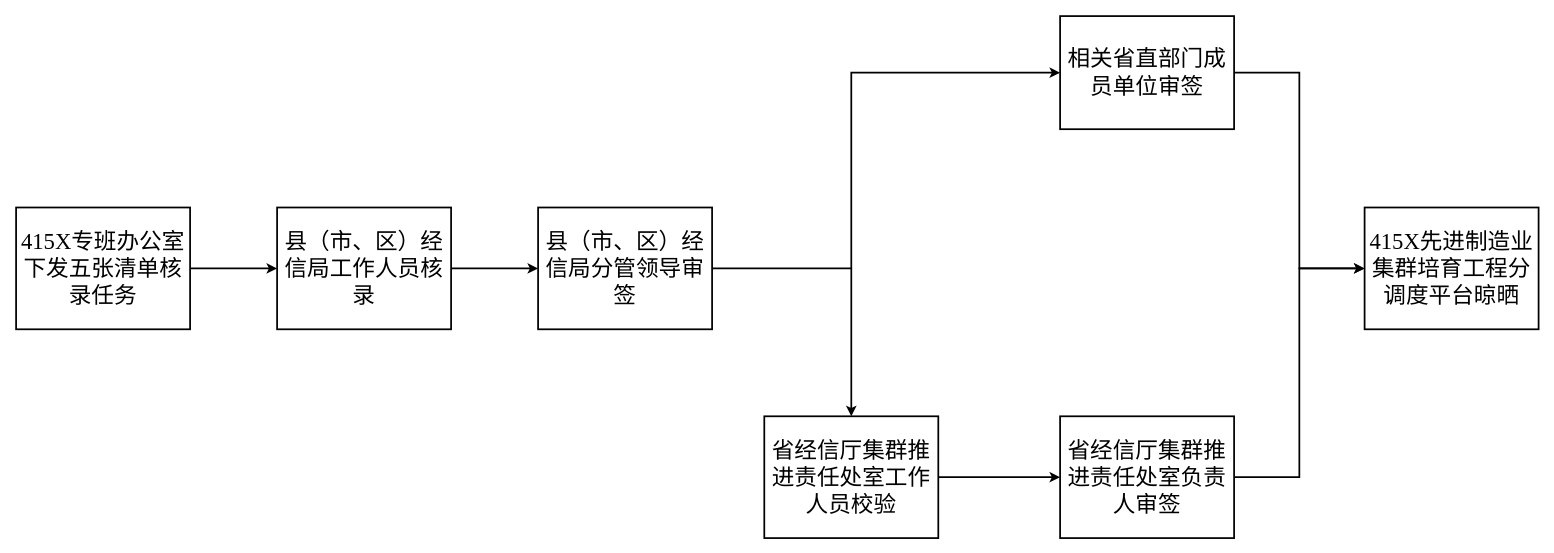
Before: 未命名绘图.drawio in to-day/Data, a draw.io diagram. Source tidied: cells renumbered, new cells numbered last; positions are measured from the earlier drawing's top-left corner, leaving out a move shared by most shapes. Both pictures are drawn from the tidied source at 87%, with x=0, y=0 at pixel (16, 16).
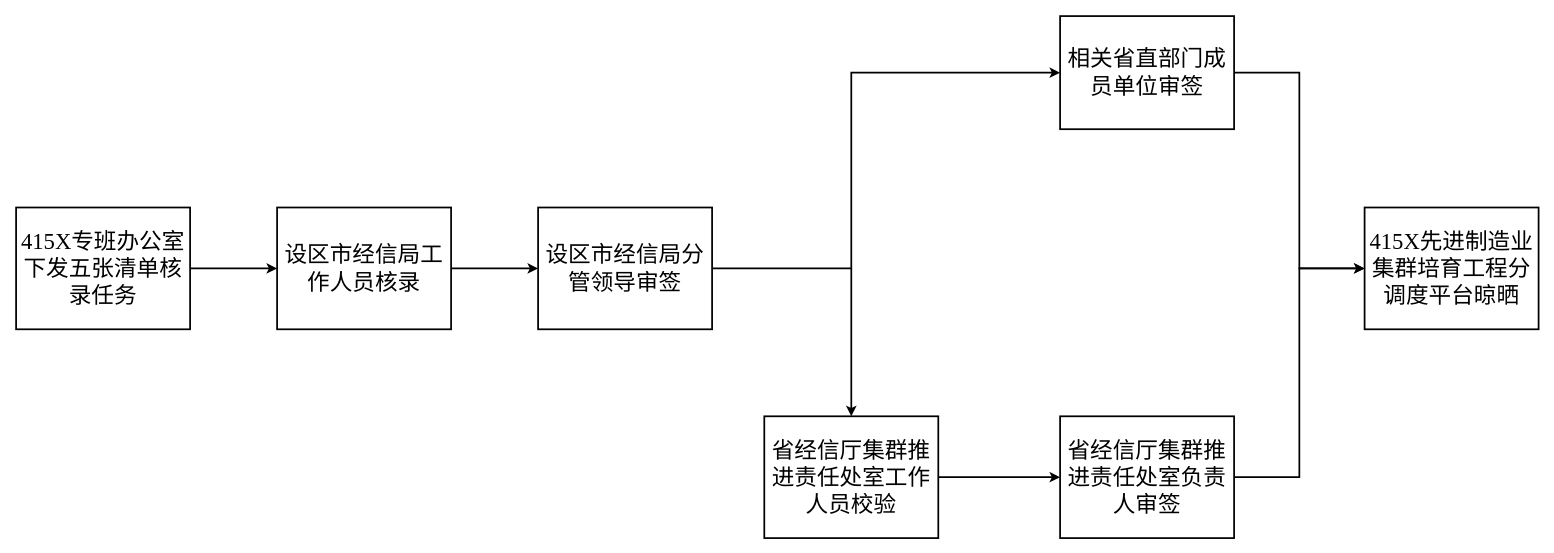
The same diagram, later.

Commit message:
更新未命名绘图.drawio

What changed in the source:
```diff
@@
-    <mxCell id="5" value="&lt;font style=&quot;font-size: 26px;&quot; face=&quot;Times New Roman&quot;&gt;县（&lt;span style=&quot;&quot;&gt;市、区&lt;/span&gt;&lt;span style=&quot;&quot;&gt;）经信局工作人员核录&lt;/span&gt;&lt;/font&gt;" style="rounded=0;whiteSpace=wrap;html=1;strokeWidth=2;align=center;" parent="1" vertex="1">
+    <mxCell id="5" value="&lt;font style=&quot;font-size: 26px;&quot; face=&quot;Times New Roman&quot;&gt;&lt;span style=&quot;&quot;&gt;设区市经信局工作人员核录&lt;/span&gt;&lt;/font&gt;" style="rounded=0;whiteSpace=wrap;html=1;strokeWidth=2;align=center;" parent="1" vertex="1">
       <mxGeometry x="300" y="220" width="200" height="140" as="geometry" />
     </mxCell>
@@
-    <mxCell id="7" value="&lt;font style=&quot;font-size: 26px;&quot;&gt;&lt;font style=&quot;border-color: var(--border-color); font-size: 26px;&quot; face=&quot;Times New Roman&quot;&gt;县（&lt;/font&gt;市、区&lt;font style=&quot;border-color: var(--border-color); font-size: 26px;&quot; face=&quot;Times New Roman&quot;&gt;&lt;span style=&quot;border-color: var(--border-color);&quot;&gt;）经信局分管领导审签&lt;/span&gt;&lt;/font&gt;&lt;/font&gt;" style="rounded=0;whiteSpace=wrap;html=1;strokeWidth=2;align=center;" parent="1" vertex="1">
+    <mxCell id="7" value="&lt;font style=&quot;font-size: 26px;&quot;&gt;&lt;font style=&quot;border-color: var(--border-color); font-size: 26px;&quot; face=&quot;Times New Roman&quot;&gt;&lt;span style=&quot;border-color: var(--border-color);&quot;&gt;设区市经信局分管领导审签&lt;/span&gt;&lt;/font&gt;&lt;/font&gt;" style="rounded=0;whiteSpace=wrap;html=1;strokeWidth=2;align=center;" parent="1" vertex="1">
       <mxGeometry x="600" y="220" width="200" height="140" as="geometry" />
     </mxCell>
```
